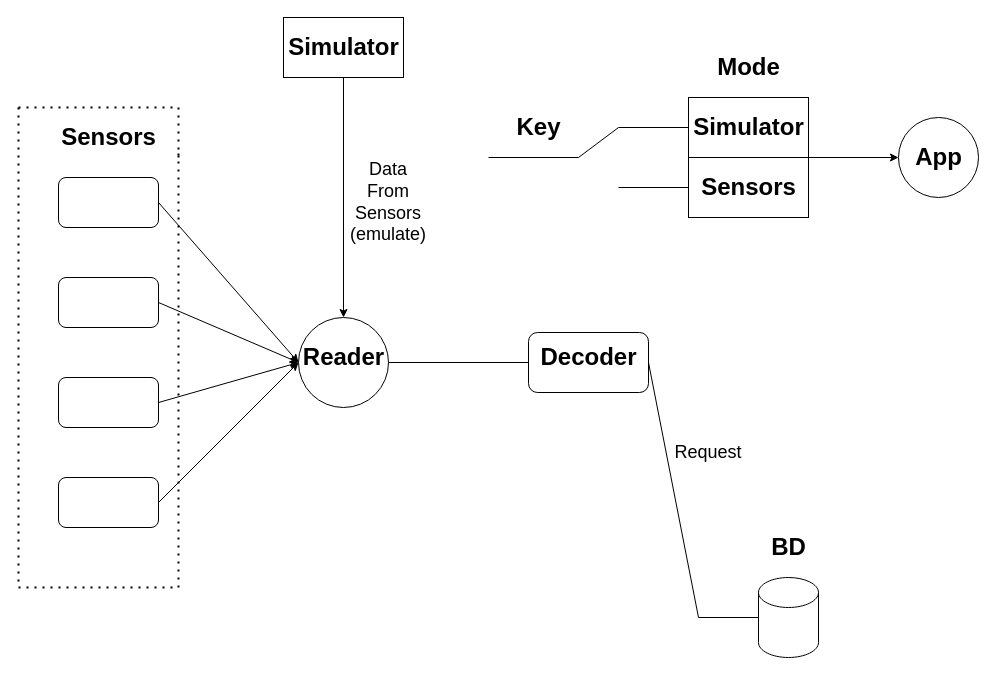
Earlier version of the draw.io diagram TelemetryCar/TelemetryCar.drawio (stalkeronag/CollectorTelemetryCar). Source tidied: cells renumbered, new cells numbered last; positions are measured from the earlier drawing's top-left corner, leaving out a move shared by most shapes. Both pictures are drawn from the tidied source at 100%, with x=0, y=0 at pixel (18, 17).
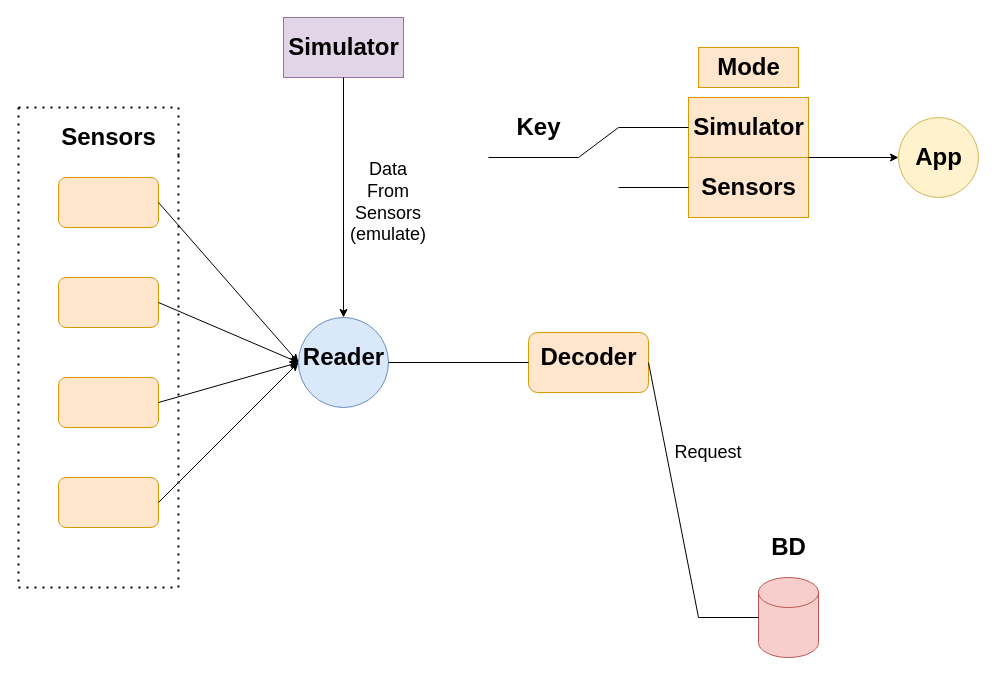
The same page after the edit.

Diff of the diagram source:
```diff
@@
-    <mxCell id="2" style="rounded=1;whiteSpace=wrap;html=1;" parent="1" vertex="1">
+    <mxCell id="2" style="rounded=1;whiteSpace=wrap;html=1;fillColor=#ffe6cc;strokeColor=#d79b00;" parent="1" vertex="1">
       <mxGeometry x="40" y="160" width="100" height="50" as="geometry" />
     </mxCell>
-    <mxCell id="3" style="rounded=1;whiteSpace=wrap;html=1;" parent="1" vertex="1">
+    <mxCell id="3" style="rounded=1;whiteSpace=wrap;html=1;fillColor=#ffe6cc;strokeColor=#d79b00;" parent="1" vertex="1">
       <mxGeometry x="40" y="260" width="100" height="50" as="geometry" />
     </mxCell>
-    <mxCell id="4" style="rounded=1;whiteSpace=wrap;html=1;" parent="1" vertex="1">
+    <mxCell id="4" style="rounded=1;whiteSpace=wrap;html=1;fillColor=#ffe6cc;strokeColor=#d79b00;" parent="1" vertex="1">
       <mxGeometry x="40" y="360" width="100" height="50" as="geometry" />
     </mxCell>
-    <mxCell id="5" style="rounded=1;whiteSpace=wrap;html=1;" parent="1" vertex="1">
+    <mxCell id="5" style="rounded=1;whiteSpace=wrap;html=1;fillColor=#ffe6cc;strokeColor=#d79b00;" parent="1" vertex="1">
       <mxGeometry x="40" y="460" width="100" height="50" as="geometry" />
     </mxCell>
@@
-    <mxCell id="7" style="shape=cylinder3;whiteSpace=wrap;html=1;boundedLbl=1;backgroundOutline=1;size=15;" parent="1" vertex="1">
+    <mxCell id="7" style="shape=cylinder3;whiteSpace=wrap;html=1;boundedLbl=1;backgroundOutline=1;size=15;fillColor=#f8cecc;strokeColor=#b85450;" parent="1" vertex="1">
       <mxGeometry x="740" y="560" width="60" height="80" as="geometry" />
     </mxCell>
-    <mxCell id="8" style="rounded=1;whiteSpace=wrap;html=1;" parent="1" vertex="1">
+    <mxCell id="8" style="rounded=1;whiteSpace=wrap;html=1;fillColor=#ffe6cc;strokeColor=#d79b00;" parent="1" vertex="1">
       <mxGeometry x="510" y="315" width="120" height="60" as="geometry" />
     </mxCell>
-    <mxCell id="9" style="ellipse;whiteSpace=wrap;html=1;" parent="1" vertex="1">
+    <mxCell id="9" style="ellipse;whiteSpace=wrap;html=1;fillColor=#dae8fc;strokeColor=#6c8ebf;" parent="1" vertex="1">
       <mxGeometry x="280" y="300" width="90" height="90" as="geometry" />
     </mxCell>
@@
-    <mxCell id="22" style="rounded=0;whiteSpace=wrap;html=1;" parent="1" vertex="1">
+    <mxCell id="22" style="rounded=0;whiteSpace=wrap;html=1;fillColor=#e1d5e7;strokeColor=#9673a6;" parent="1" vertex="1">
       <mxGeometry x="265" width="120" height="60" as="geometry" />
     </mxCell>
@@
-    <mxCell id="30" style="rounded=0;whiteSpace=wrap;html=1;" parent="1" vertex="1">
+    <mxCell id="30" style="rounded=0;whiteSpace=wrap;html=1;fillColor=#ffe6cc;strokeColor=#d79b00;" parent="1" vertex="1">
       <mxGeometry x="670" y="80" width="120" height="60" as="geometry" />
     </mxCell>
-    <mxCell id="31" style="rounded=0;whiteSpace=wrap;html=1;" parent="1" vertex="1">
+    <mxCell id="31" style="rounded=0;whiteSpace=wrap;html=1;fillColor=#ffe6cc;strokeColor=#d79b00;" parent="1" vertex="1">
       <mxGeometry x="670" y="140" width="120" height="60" as="geometry" />
     </mxCell>
-    <mxCell id="32" value="Mode" style="text;strokeColor=none;fillColor=none;html=1;fontSize=24;fontStyle=1;verticalAlign=middle;align=center;" parent="1" vertex="1">
+    <mxCell id="32" value="Mode" style="text;strokeColor=#d79b00;fillColor=#ffe6cc;html=1;fontSize=24;fontStyle=1;verticalAlign=middle;align=center;" parent="1" vertex="1">
       <mxGeometry x="680" y="30" width="100" height="40" as="geometry" />
     </mxCell>
@@
-    <mxCell id="35" style="ellipse;whiteSpace=wrap;html=1;" parent="1" vertex="1">
+    <mxCell id="35" style="ellipse;whiteSpace=wrap;html=1;fillColor=#fff2cc;strokeColor=#d6b656;" parent="1" vertex="1">
       <mxGeometry x="880" y="100" width="80" height="80" as="geometry" />
     </mxCell>
```
